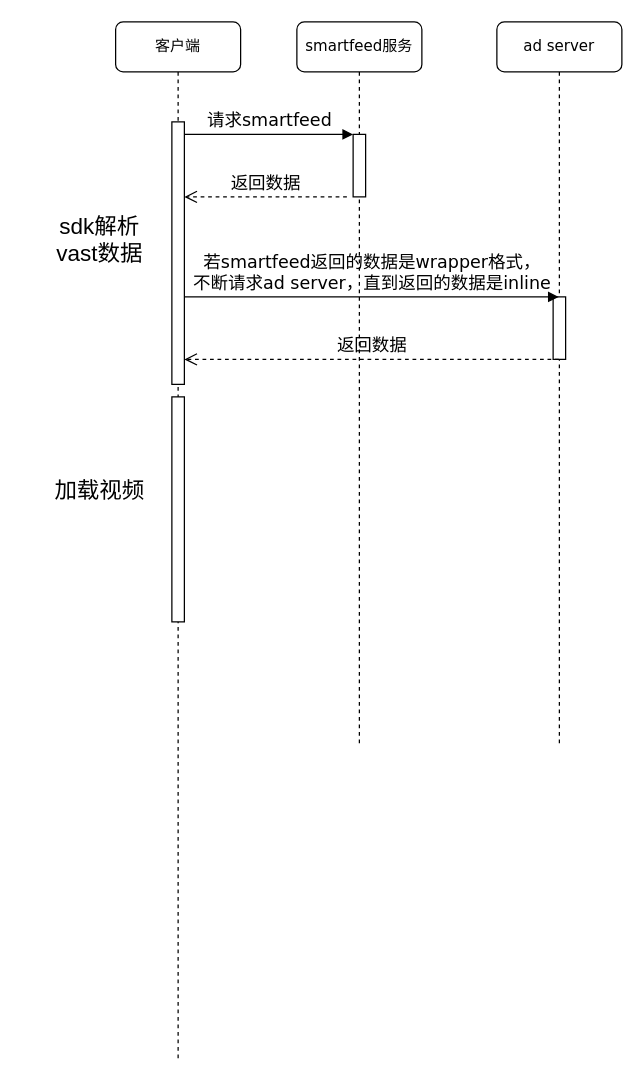
zzhao2018/wfuProject keeps this draw.io diagram as 未命名绘图.drawio. Above is the earlier version. Source tidied: cells renumbered, new cells numbered last; positions are measured from the earlier drawing's top-left corner, leaving out a move shared by most shapes. Both pictures are drawn from the tidied source at 125%, with x=0, y=0 at pixel (34, 21).
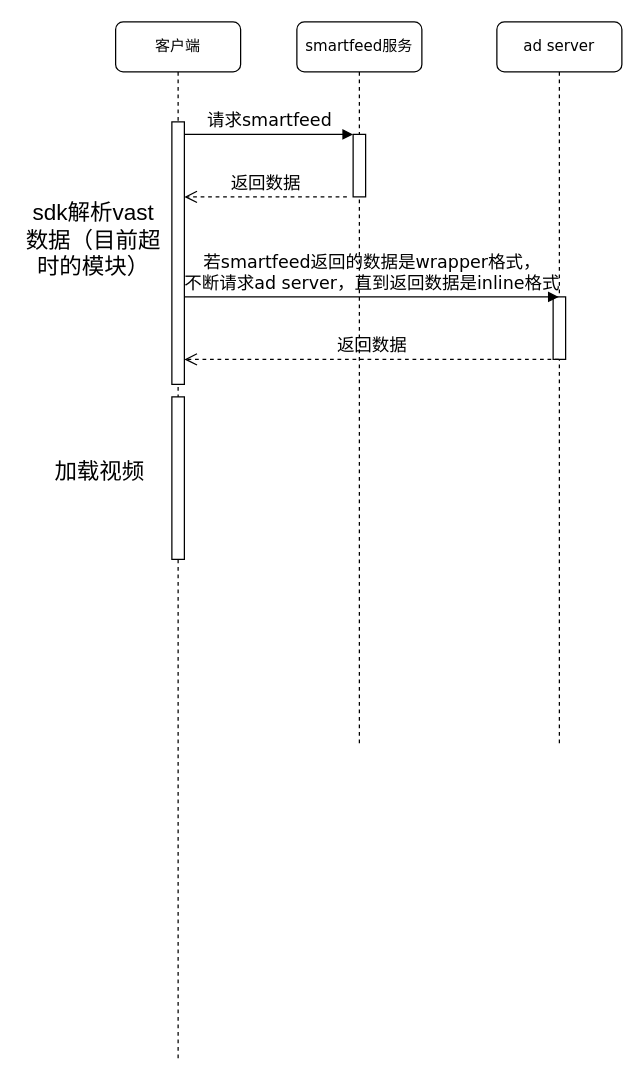
After the change.

Commit message (it also covers changes not shown here):
更新未命名绘图.drawio

The change refers to these unchanged cells:
```xml
<mxCell id="5" value="ad server" style="shape=umlLifeline;perimeter=lifelinePerimeter;whiteSpace=wrap;html=1;outlineConnect=0;rounded=1;shadow=0;comic=0;labelBackgroundColor=none;strokeWidth=1;fontFamily=Verdana;fontSize=12;align=center;" parent="1" vertex="1">
  <mxGeometry x="370" width="100" height="580" as="geometry" />
</mxCell>
<mxCell id="8" value="客户端" style="shape=umlLifeline;perimeter=lifelinePerimeter;whiteSpace=wrap;html=1;rounded=1;shadow=0;comic=0;labelBackgroundColor=none;strokeWidth=1;fontFamily=Verdana;fontSize=12;align=center;" parent="1" vertex="1">
  <mxGeometry x="65" width="100" height="830" as="geometry" />
</mxCell>
```

The edit, as a diff of the source:
```diff
@@
     <mxCell id="10" style="html=1;perimeter=orthogonalPerimeter;rounded=0;shadow=0;comic=0;labelBackgroundColor=none;strokeWidth=1;fontFamily=Verdana;fontSize=12;align=center;" parent="8" vertex="1">
-      <mxGeometry x="45" y="300" width="10" height="180" as="geometry" />
+      <mxGeometry x="45" y="300" width="10" height="130" as="geometry" />
     </mxCell>
-    <mxCell id="11" value="&lt;font style=&quot;font-size: 14px;&quot;&gt;若smartfeed返回的数据是wrapper格式，&lt;br&gt;不断请求ad server，直到返回的数据是inline&lt;/font&gt;" style="html=1;verticalAlign=bottom;endArrow=block;labelBackgroundColor=none;fontFamily=Verdana;fontSize=12;" parent="1" edge="1" target="5">
+    <mxCell id="11" value="&lt;font style=&quot;font-size: 14px;&quot;&gt;若smartfeed返回的数据是wrapper格式，&lt;br&gt;不断请求ad server，直到返回数据是inline格式&lt;/font&gt;" style="html=1;verticalAlign=bottom;endArrow=block;labelBackgroundColor=none;fontFamily=Verdana;fontSize=12;" parent="1" edge="1" target="5">
       <mxGeometry relative="1" as="geometry">
         <mxPoint x="120" y="220" as="sourcePoint" />
       </mxGeometry>
     </mxCell>
@@
-    <mxCell id="13" value="&lt;font style=&quot;font-size: 18px;&quot;&gt;sdk解析&lt;br&gt;vast数据&lt;/font&gt;" style="text;strokeColor=none;align=center;fillColor=none;html=1;verticalAlign=middle;whiteSpace=wrap;rounded=0;" parent="1" vertex="1">
-      <mxGeometry y="160" width="105" height="30" as="geometry" />
+    <mxCell id="13" value="&lt;font style=&quot;font-size: 18px;&quot;&gt;sdk解析vast数据（目前超时的模块）&lt;/font&gt;" style="text;strokeColor=none;align=center;fillColor=none;html=1;verticalAlign=middle;whiteSpace=wrap;rounded=0;" parent="1" vertex="1">
+      <mxGeometry x="-10" y="160" width="115" height="30" as="geometry" />
     </mxCell>
     <mxCell id="14" value="&lt;font style=&quot;font-size: 18px;&quot;&gt;加载视频&lt;/font&gt;" style="text;strokeColor=none;align=center;fillColor=none;html=1;verticalAlign=middle;whiteSpace=wrap;rounded=0;" parent="1" vertex="1">
-      <mxGeometry x="11.2" y="360" width="82.5" height="30" as="geometry" />
+      <mxGeometry x="11.2" y="345" width="82.5" height="30" as="geometry" />
     </mxCell>
```
